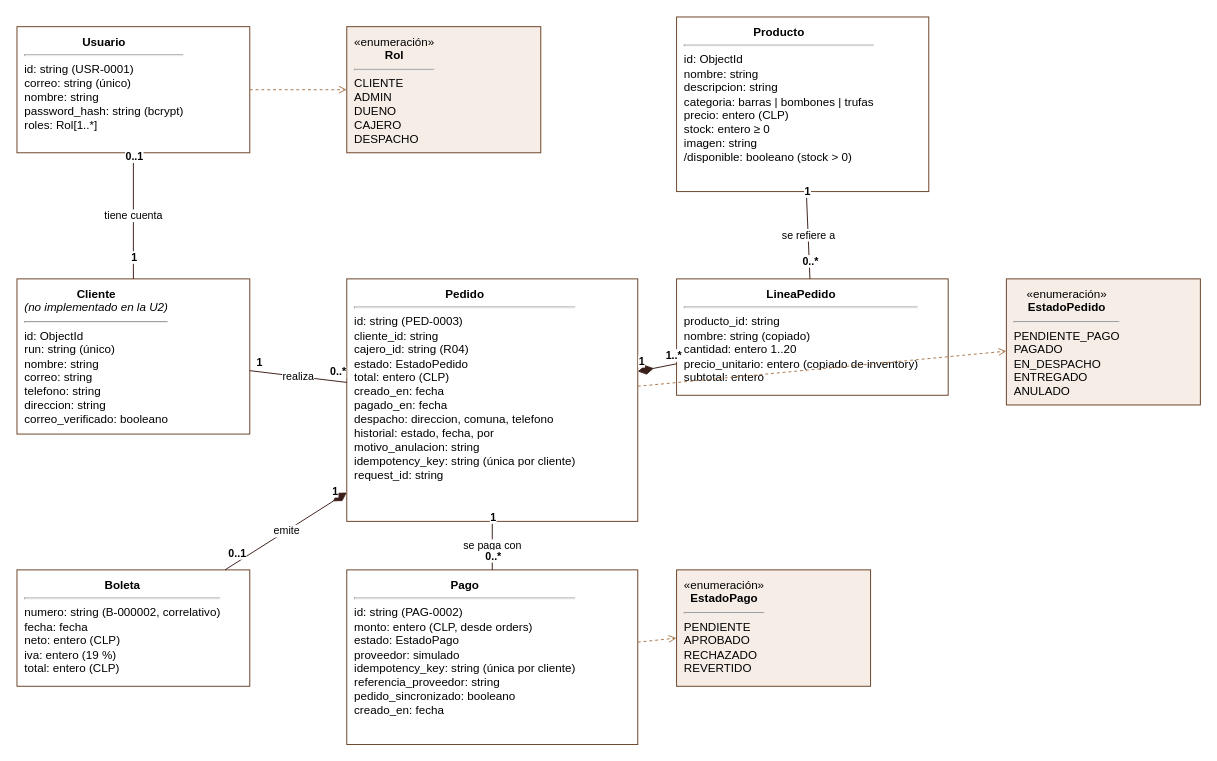
This is docs/uml-dominio.drawio from florenciapachecopardo-star/desarollo-web-unab, a draw.io file, before an edit. Source tidied: cells renumbered, new cells numbered last; positions are measured from the earlier drawing's top-left corner, leaving out a move shared by most shapes. Both pictures are drawn from the tidied source at 97%, with x=0, y=0 at pixel (16, 16).
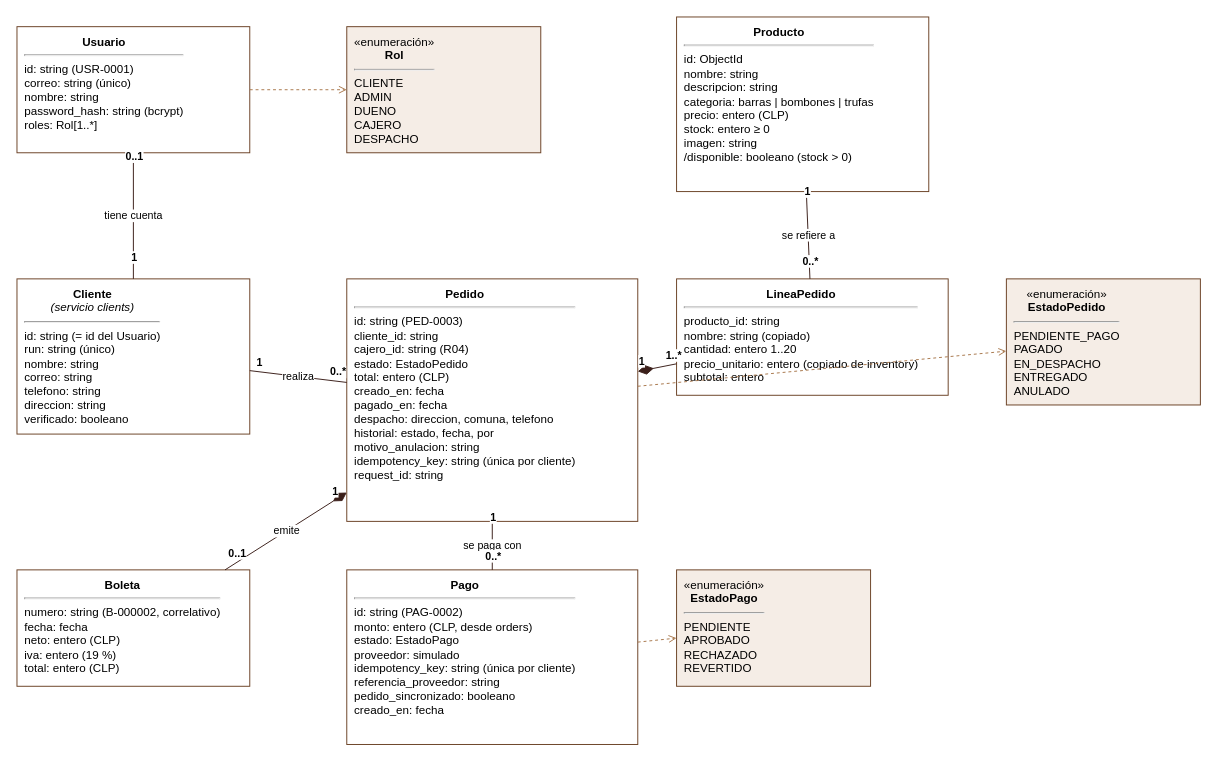
After the change.

The edit, as a diff of the source:
```diff
@@
-    <mxCell id="5" value="&lt;div style=&quot;text-align:center&quot;&gt;&lt;b&gt;Cliente&lt;/b&gt;&lt;br&gt;&lt;i&gt;(no implementado en la U2)&lt;/i&gt;&lt;/div&gt;&lt;hr&gt;id: ObjectId&lt;br&gt;run: string (único)&lt;br&gt;nombre: string&lt;br&gt;correo: string&lt;br&gt;telefono: string&lt;br&gt;direccion: string&lt;br&gt;correo_verificado: booleano" style="rounded=0;whiteSpace=wrap;html=1;align=left;verticalAlign=top;spacingLeft=6;spacingTop=2;fillColor=#FFFFFF;strokeColor=#6B4226;" parent="1" vertex="1">
+    <mxCell id="5" value="&lt;div style=&quot;text-align:center&quot;&gt;&lt;b&gt;Cliente&lt;/b&gt;&lt;br&gt;&lt;i&gt;(servicio clients)&lt;/i&gt;&lt;/div&gt;&lt;hr&gt;id: string (= id del Usuario)&lt;br&gt;run: string (único)&lt;br&gt;nombre: string&lt;br&gt;correo: string&lt;br&gt;telefono: string&lt;br&gt;direccion: string&lt;br&gt;verificado: booleano" style="rounded=0;whiteSpace=wrap;html=1;align=left;verticalAlign=top;spacingLeft=6;spacingTop=2;fillColor=#FFFFFF;strokeColor=#6B4226;" parent="1" vertex="1">
       <mxGeometry y="270" width="240" height="160" as="geometry" />
     </mxCell>
```
